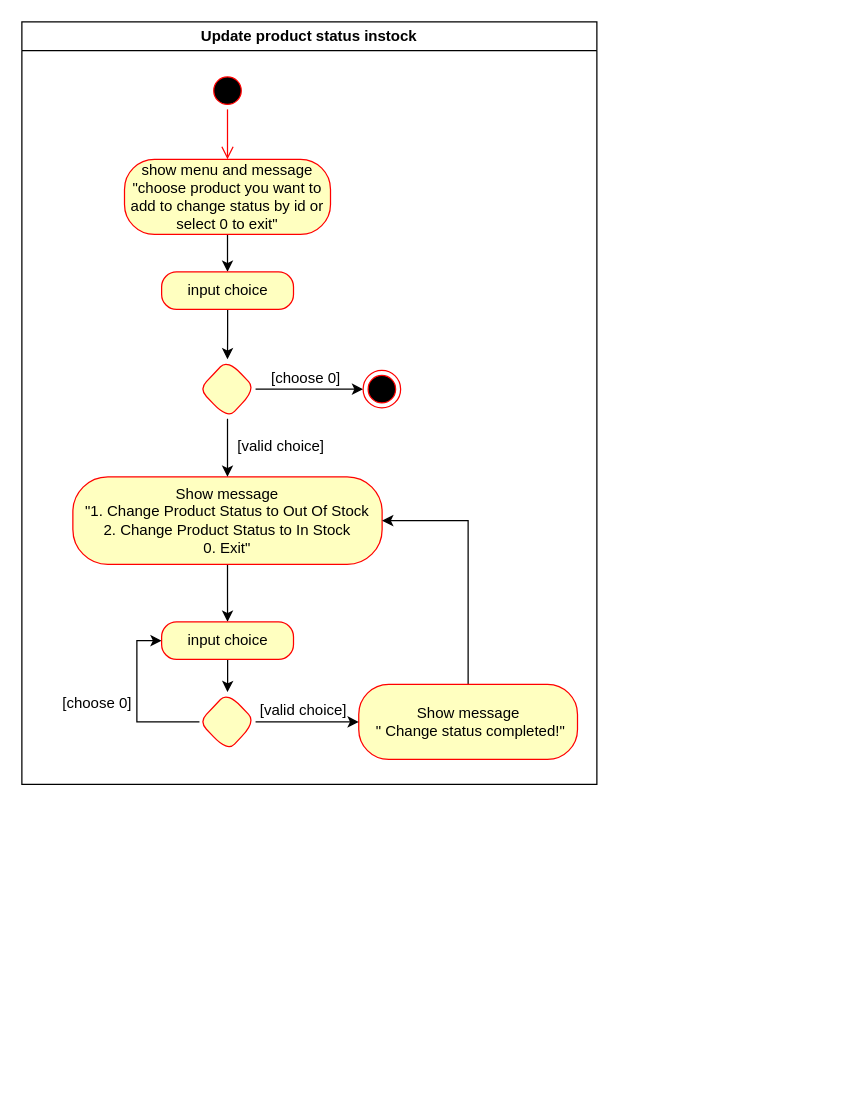
Earlier version of the draw.io diagram page "Update Product Status Instock" (5 of 11) of Diagram/Activity_Diagram/Activity-diagram.drawio (NDuc-Dev/Project-1). Source tidied: cells renumbered, new cells numbered last; positions are measured from the earlier drawing's top-left corner, leaving out a move shared by most shapes. Both pictures are drawn from the tidied source at 125%, with x=0, y=0 at pixel (21, 21).
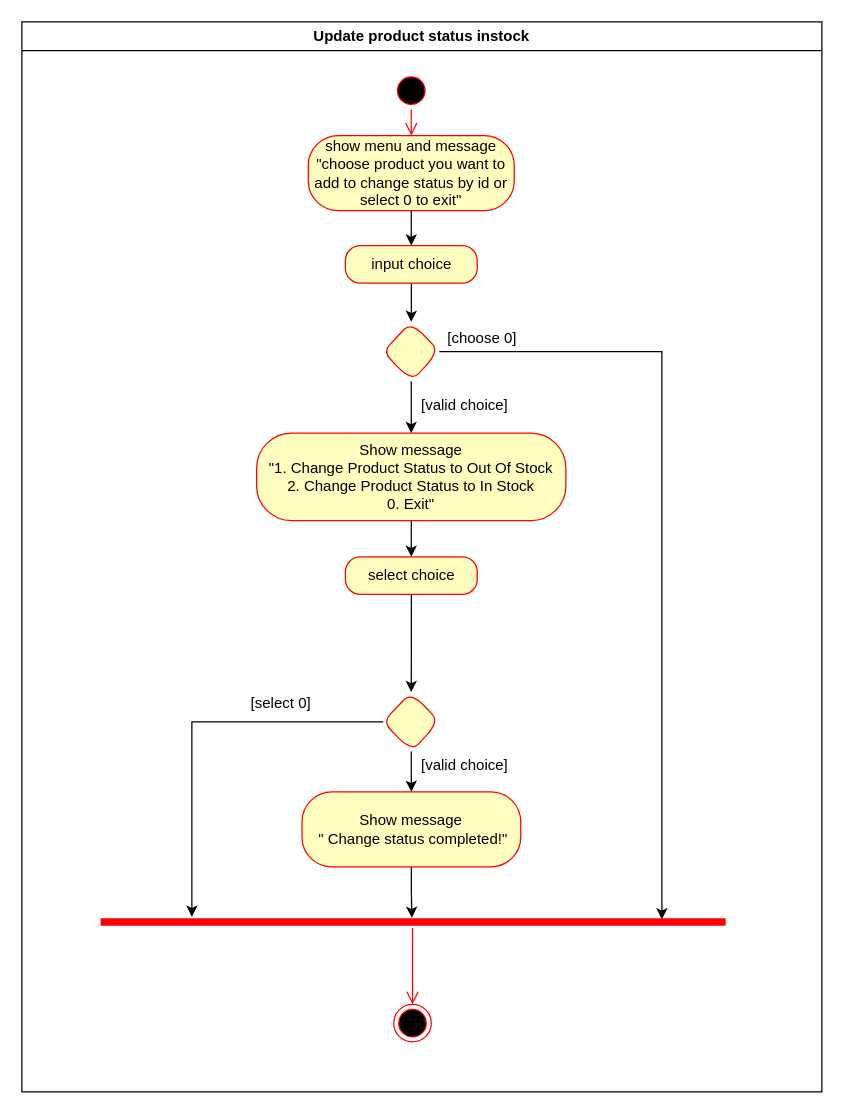
After the change.

Diff of the diagram source:
```diff
@@
-    <mxCell id="2" value="Update product status instock" style="swimlane;whiteSpace=wrap;html=1;" parent="1" vertex="1">
-      <mxGeometry width="460" height="610" as="geometry" />
+    <mxCell id="2" value="Update product status instock" style="swimlane;whiteSpace=wrap;html=1;swimlaneFillColor=default;" parent="1" vertex="1">
+      <mxGeometry width="640" height="856" as="geometry" />
     </mxCell>
     <mxCell id="3" style="ellipse;html=1;shape=startState;fillColor=#000000;strokeColor=#ff0000;" parent="2" vertex="1">
-      <mxGeometry x="149.5" y="40" width="30" height="30" as="geometry" />
+      <mxGeometry x="296.5" y="40" width="30" height="30" as="geometry" />
     </mxCell>
@@
     <mxCell id="6" value="show menu and message &quot;choose product you want to add to change status by id or select 0 to exit&quot;" style="rounded=1;whiteSpace=wrap;html=1;arcSize=40;fontColor=#000000;fillColor=#ffffc0;strokeColor=#ff0000;" parent="2" vertex="1">
-      <mxGeometry x="82.1" y="110" width="164.8" height="60" as="geometry" />
+      <mxGeometry x="229.1" y="91" width="164.8" height="60" as="geometry" />
     </mxCell>
-    <mxCell id="7" style="edgeStyle=orthogonalEdgeStyle;rounded=0;jettySize=auto;html=1;entryX=0;entryY=0.5;entryDx=0;entryDy=0;" parent="2" edge="1" source="13" target="8">
-      <mxGeometry relative="1" as="geometry" />
-    </mxCell>
     <mxCell id="8" style="ellipse;html=1;shape=endState;fillColor=#000000;strokeColor=#ff0000;" parent="2" vertex="1">
-      <mxGeometry x="273" y="278.8" width="30" height="30" as="geometry" />
+      <mxGeometry x="297.5" y="786" width="30" height="30" as="geometry" />
     </mxCell>
     <mxCell id="9" value="[choose 0]" style="text;html=1;align=center;verticalAlign=middle;strokeColor=none;fillColor=none;" parent="2" vertex="1">
-      <mxGeometry x="187" y="270" width="80" height="30" as="geometry" />
+      <mxGeometry x="328" y="238" width="80" height="30" as="geometry" />
     </mxCell>
@@
     <mxCell id="11" value="Show message &lt;br&gt;&quot;1. Change Product Status to Out Of Stock&lt;br&gt;2. Change Product Status to In Stock&lt;br&gt;0. Exit&quot;" style="rounded=1;whiteSpace=wrap;html=1;arcSize=40;fontColor=#000000;fillColor=#ffffc0;strokeColor=#ff0000;" parent="2" vertex="1">
-      <mxGeometry x="40.8" y="364" width="247.4" height="70" as="geometry" />
+      <mxGeometry x="187.8" y="329" width="247.4" height="70" as="geometry" />
     </mxCell>
@@
+    <mxCell id="26" style="edgeStyle=orthogonalEdgeStyle;rounded=0;jettySize=auto;html=1;exitX=1;exitY=0.5;exitDx=0;exitDy=0;entryX=0.898;entryY=0.3;entryDx=0;entryDy=0;entryPerimeter=0;" parent="2" edge="1" source="13" target="28">
+      <mxGeometry relative="1" as="geometry" />
+    </mxCell>
     <mxCell id="13" style="rhombus;whiteSpace=wrap;html=1;fillColor=#ffffc0;strokeColor=#ff0000;fontColor=#000000;rounded=1;arcSize=40;" parent="2" vertex="1">
-      <mxGeometry x="142" y="270" width="45" height="47.5" as="geometry" />
+      <mxGeometry x="289" y="240" width="45" height="47.5" as="geometry" />
     </mxCell>
-    <mxCell id="14" style="edgeStyle=orthogonalEdgeStyle;rounded=0;jettySize=auto;html=1;entryX=1;entryY=0.5;entryDx=0;entryDy=0;" parent="2" edge="1" source="15" target="11">
-      <mxGeometry relative="1" as="geometry" />
-    </mxCell>
+    <mxCell id="27" style="edgeStyle=orthogonalEdgeStyle;rounded=0;jettySize=auto;html=1;entryX=0.498;entryY=0.178;entryDx=0;entryDy=0;entryPerimeter=0;" parent="2" edge="1" source="15" target="28">
+      <mxGeometry relative="1" as="geometry" />
+    </mxCell>
     <mxCell id="15" value="Show message&lt;br&gt;&amp;nbsp;&quot; Change status completed!&quot;" style="whiteSpace=wrap;html=1;fillColor=#ffffc0;strokeColor=#ff0000;fontColor=#000000;rounded=1;arcSize=40;" parent="2" vertex="1">
-      <mxGeometry x="269.5" y="530" width="175" height="60" as="geometry" />
+      <mxGeometry x="224.1" y="616" width="175" height="60" as="geometry" />
     </mxCell>
@@
     <mxCell id="17" value="input choice" style="rounded=1;whiteSpace=wrap;html=1;arcSize=40;fontColor=#000000;fillColor=#ffffc0;strokeColor=#ff0000;" parent="2" vertex="1">
-      <mxGeometry x="111.8" y="200" width="105.5" height="30" as="geometry" />
+      <mxGeometry x="258.8" y="179" width="105.5" height="30" as="geometry" />
     </mxCell>
+    <mxCell id="19" style="edgeStyle=orthogonalEdgeStyle;rounded=0;jettySize=auto;html=1;entryX=0.146;entryY=0.1;entryDx=0;entryDy=0;entryPerimeter=0;" parent="2" edge="1" source="20" target="28">
+      <mxGeometry relative="1" as="geometry">
+        <Array as="points">
+          <mxPoint x="136" y="560" />
+        </Array>
+      </mxGeometry>
+    </mxCell>
-    <mxCell id="18" style="edgeStyle=orthogonalEdgeStyle;rounded=0;jettySize=auto;html=1;entryX=0;entryY=0.5;entryDx=0;entryDy=0;" parent="2" edge="1" source="20" target="15">
+    <mxCell id="18" style="edgeStyle=orthogonalEdgeStyle;rounded=0;jettySize=auto;html=1;" parent="2" edge="1" source="20" target="15">
       <mxGeometry relative="1" as="geometry" />
     </mxCell>
-    <mxCell id="19" style="edgeStyle=orthogonalEdgeStyle;rounded=0;jettySize=auto;html=1;entryX=0;entryY=0.5;entryDx=0;entryDy=0;" parent="2" edge="1" source="20" target="22">
-      <mxGeometry relative="1" as="geometry">
-        <Array as="points">
-          <mxPoint x="92" y="560" />
-          <mxPoint x="92" y="495" />
-        </Array>
-      </mxGeometry>
-    </mxCell>
     <mxCell id="20" style="rhombus;whiteSpace=wrap;html=1;fillColor=#ffffc0;strokeColor=#ff0000;fontColor=#000000;rounded=1;arcSize=40;" parent="2" vertex="1">
-      <mxGeometry x="142" y="536.2" width="45" height="47.5" as="geometry" />
+      <mxGeometry x="289" y="536.2" width="45" height="47.5" as="geometry" />
     </mxCell>
@@
-    <mxCell id="22" value="input choice" style="rounded=1;whiteSpace=wrap;html=1;arcSize=40;fontColor=#000000;fillColor=#ffffc0;strokeColor=#ff0000;" parent="2" vertex="1">
-      <mxGeometry x="111.8" y="480" width="105.5" height="30" as="geometry" />
+    <mxCell id="22" value="select choice" style="rounded=1;whiteSpace=wrap;html=1;arcSize=40;fontColor=#000000;fillColor=#ffffc0;strokeColor=#ff0000;" parent="2" vertex="1">
+      <mxGeometry x="258.8" y="428" width="105.5" height="30" as="geometry" />
     </mxCell>
     <mxCell id="23" value="[valid choice]" style="text;html=1;align=center;verticalAlign=middle;strokeColor=none;fillColor=none;" parent="2" vertex="1">
-      <mxGeometry x="161.9" y="325" width="90" height="30" as="geometry" />
+      <mxGeometry x="308.9" y="292" width="90" height="30" as="geometry" />
     </mxCell>
     <mxCell id="24" value="[valid choice]" style="text;html=1;align=center;verticalAlign=middle;strokeColor=none;fillColor=none;" parent="2" vertex="1">
-      <mxGeometry x="179.5" y="536.2" width="90" height="30" as="geometry" />
+      <mxGeometry x="309.1" y="580" width="90" height="30" as="geometry" />
     </mxCell>
-    <mxCell id="25" value="[choose 0]" style="text;html=1;align=center;verticalAlign=middle;strokeColor=none;fillColor=none;" parent="2" vertex="1">
-      <mxGeometry x="20" y="530" width="80" height="30" as="geometry" />
+    <mxCell id="25" value="[select 0]" style="text;html=1;align=center;verticalAlign=middle;strokeColor=none;fillColor=none;" parent="2" vertex="1">
+      <mxGeometry x="172" y="530" width="70" height="30" as="geometry" />
     </mxCell>
+    <mxCell id="28" style="shape=line;html=1;strokeWidth=6;strokeColor=#ff0000;" parent="2" vertex="1">
+      <mxGeometry x="63" y="715" width="500" height="10" as="geometry" />
+    </mxCell>
+    <mxCell id="29" style="edgeStyle=orthogonalEdgeStyle;html=1;verticalAlign=bottom;endArrow=open;endSize=8;strokeColor=#ff0000;rounded=0;" parent="2" edge="1" source="28">
+      <mxGeometry relative="1" as="geometry">
+        <mxPoint x="312.5" y="786" as="targetPoint" />
+      </mxGeometry>
+    </mxCell>
```
